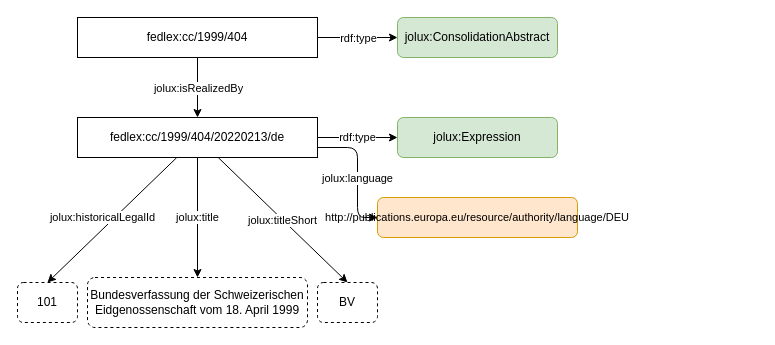
Above: content/drawio/expression.drawio in bequrios/fedlex (draw.io), before the change. Source tidied: cells renumbered, new cells numbered last; positions are measured from the earlier drawing's top-left corner, leaving out a move shared by most shapes. Both pictures are drawn from the tidied source at 100%, with x=0, y=0 at pixel (17, 17).
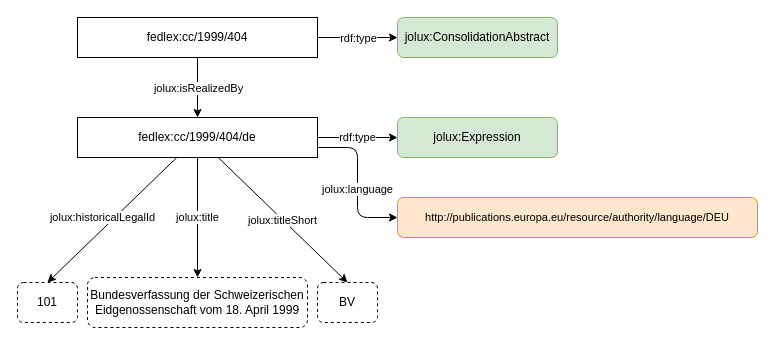
After the change.

Change to the diagram source:
```diff
@@
-    <mxCell id="13" value="fedlex:cc/1999/404/20220213/de" style="rounded=0;whiteSpace=wrap;html=1;" parent="1" vertex="1">
+    <mxCell id="13" value="fedlex:cc/1999/404/de" style="rounded=0;whiteSpace=wrap;html=1;" parent="1" vertex="1">
       <mxGeometry x="60" y="100" width="240" height="40" as="geometry" />
     </mxCell>
     <mxCell id="14" value="&lt;font style=&quot;font-size: 12px;&quot;&gt;&lt;font style=&quot;font-size: 11px;&quot;&gt;http://publications.europa.eu/resource/authority/language/DEU&lt;/font&gt;&lt;/font&gt;" style="rounded=1;whiteSpace=wrap;html=1;fillColor=#ffe6cc;strokeColor=#d79b00;" parent="1" vertex="1">
-      <mxGeometry x="360" y="180" width="200" height="40" as="geometry" />
+      <mxGeometry x="380" y="180" width="360" height="40" as="geometry" />
     </mxCell>
```
